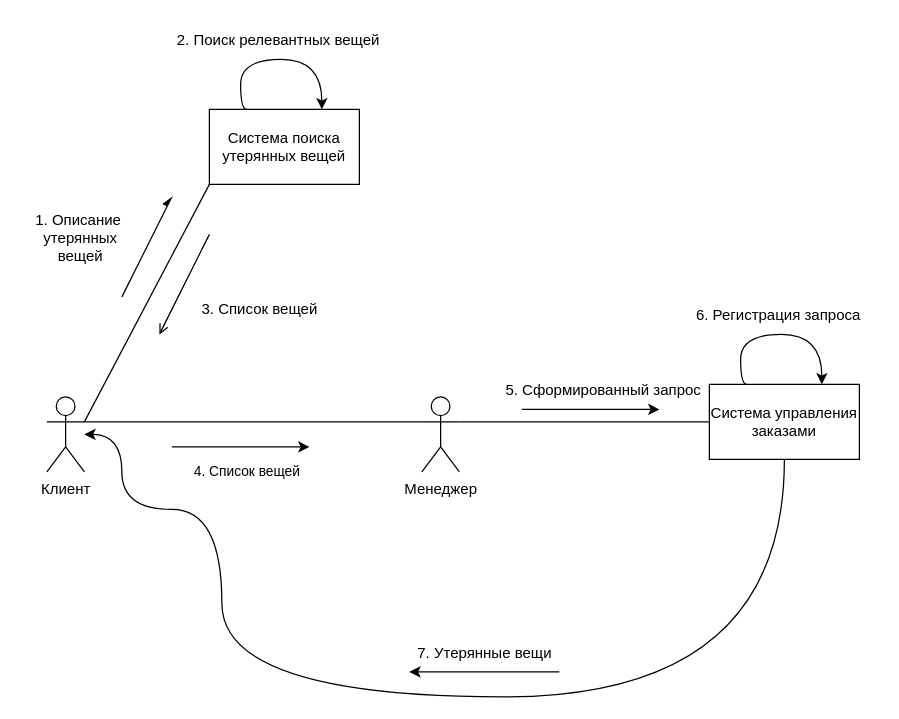
Before: akms/pr4/AKMS4-4.drawio in ryoichi7/sem4, a draw.io diagram. Source tidied: cells renumbered, new cells numbered last; positions are measured from the earlier drawing's top-left corner, leaving out a move shared by most shapes. Both pictures are drawn from the tidied source at 125%, with x=0, y=0 at pixel (21, 21).
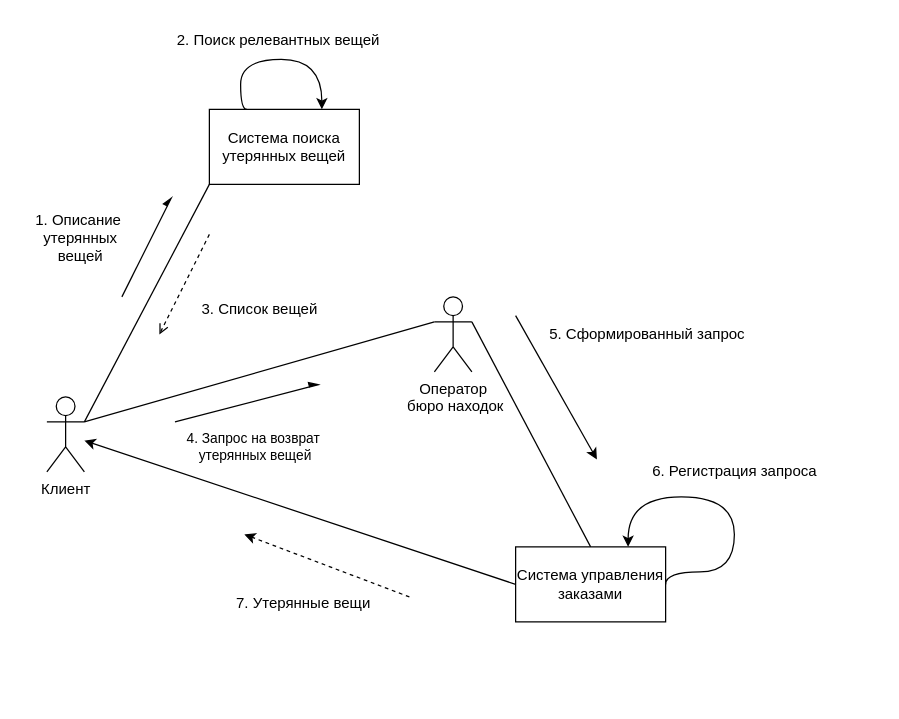
The same page after the edit.

Unchanged cells that the change refers to:
```xml
<mxCell id="2" value="Клиент" style="shape=umlActor;verticalLabelPosition=bottom;verticalAlign=top;html=1;outlineConnect=0;" parent="1" vertex="1">
  <mxGeometry x="20" y="300" width="30" height="60" as="geometry" />
</mxCell>
```

Diff of the diagram source:
```diff
@@
-    <mxCell id="7" style="endArrow=open;html=1;rounded=0;endFill=0;" parent="1" edge="1">
+    <mxCell id="7" style="endArrow=open;html=1;rounded=0;endFill=0;dashed=1;" parent="1" edge="1">
       <mxGeometry relative="1" as="geometry">
         <mxPoint x="150" y="170" as="sourcePoint" />
         <mxPoint x="110" y="250" as="targetPoint" />
       </mxGeometry>
     </mxCell>
@@
-    <mxCell id="9" style="edgeStyle=orthogonalEdgeStyle;rounded=0;jettySize=auto;html=1;exitX=1;exitY=0.3333333333333333;exitDx=0;exitDy=0;exitPerimeter=0;entryX=0;entryY=0.5;entryDx=0;entryDy=0;strokeColor=default;align=center;verticalAlign=middle;fontFamily=Helvetica;fontSize=11;fontColor=default;labelBackgroundColor=default;endArrow=none;endFill=0;" parent="1" edge="1" source="10" target="15">
+    <mxCell id="9" style="rounded=0;jettySize=auto;html=1;exitX=1;exitY=0.3333333333333333;exitDx=0;exitDy=0;exitPerimeter=0;entryX=0.5;entryY=0;entryDx=0;entryDy=0;strokeColor=default;align=center;verticalAlign=middle;fontFamily=Helvetica;fontSize=11;fontColor=default;labelBackgroundColor=default;endArrow=none;endFill=0;" parent="1" edge="1" source="10" target="15">
       <mxGeometry relative="1" as="geometry" />
     </mxCell>
-    <mxCell id="10" value="Менеджер" style="shape=umlActor;verticalLabelPosition=bottom;verticalAlign=top;html=1;outlineConnect=0;" parent="1" vertex="1">
-      <mxGeometry x="320" y="300" width="30" height="60" as="geometry" />
+    <mxCell id="10" value="Оператор&lt;div&gt;&amp;nbsp;бюро находок&lt;/div&gt;" style="shape=umlActor;verticalLabelPosition=bottom;verticalAlign=top;html=1;outlineConnect=0;" parent="1" vertex="1">
+      <mxGeometry x="330" y="220" width="30" height="60" as="geometry" />
     </mxCell>
-    <mxCell id="11" style="edgeStyle=orthogonalEdgeStyle;rounded=0;jettySize=auto;html=1;exitX=1;exitY=0.3333333333333333;exitDx=0;exitDy=0;exitPerimeter=0;entryX=0;entryY=0.3333333333333333;entryDx=0;entryDy=0;entryPerimeter=0;endArrow=none;endFill=0;" parent="1" edge="1" source="2" target="10">
+    <mxCell id="11" style="rounded=0;jettySize=auto;html=1;exitX=1;exitY=0.3333333333333333;exitDx=0;exitDy=0;exitPerimeter=0;entryX=0;entryY=0.3333333333333333;entryDx=0;entryDy=0;entryPerimeter=0;endArrow=none;endFill=0;" parent="1" edge="1" source="2" target="10">
       <mxGeometry relative="1" as="geometry" />
     </mxCell>
-    <mxCell id="12" value="4. Список вещей" style="text;html=1;align=center;verticalAlign=middle;strokeColor=none;fillColor=none;fontFamily=Helvetica;fontSize=11;fontColor=default;labelBackgroundColor=default;" parent="1" vertex="1">
-      <mxGeometry x="125" y="345" width="110" height="30" as="geometry" />
+    <mxCell id="12" value="4. Запрос на возврат&lt;div&gt;&amp;nbsp;утерянных вещей&lt;/div&gt;" style="text;html=1;align=center;verticalAlign=middle;strokeColor=none;fillColor=none;fontFamily=Helvetica;fontSize=11;fontColor=default;labelBackgroundColor=default;" parent="1" vertex="1">
+      <mxGeometry x="120" y="320" width="130" height="40" as="geometry" />
     </mxCell>
-    <mxCell id="13" style="endArrow=classic;html=1;rounded=0;" parent="1" edge="1">
+    <mxCell id="13" style="endArrow=async;html=1;rounded=0;endFill=1;" parent="1" edge="1">
       <mxGeometry relative="1" as="geometry">
-        <mxPoint x="120" y="340" as="sourcePoint" />
-        <mxPoint x="230" y="340" as="targetPoint" />
+        <mxPoint x="122.5" y="320" as="sourcePoint" />
+        <mxPoint x="238" y="290" as="targetPoint" />
       </mxGeometry>
     </mxCell>
-    <mxCell id="14" style="edgeStyle=orthogonalEdgeStyle;rounded=0;jettySize=auto;html=1;curved=1;" parent="1" edge="1" source="15" target="2">
-      <mxGeometry relative="1" as="geometry">
-        <Array as="points">
-          <mxPoint x="610" y="540" />
-          <mxPoint x="160" y="540" />
-          <mxPoint x="160" y="390" />
-          <mxPoint x="80" y="390" />
-          <mxPoint x="80" y="330" />
-        </Array>
-      </mxGeometry>
+    <mxCell id="14" style="rounded=0;jettySize=auto;html=1;exitX=0;exitY=0.5;exitDx=0;exitDy=0;" parent="1" edge="1" source="15" target="2">
+      <mxGeometry relative="1" as="geometry" />
     </mxCell>
     <mxCell id="15" value="Система управления заказами" style="rounded=0;whiteSpace=wrap;html=1;" parent="1" vertex="1">
-      <mxGeometry x="550" y="290" width="120" height="60" as="geometry" />
+      <mxGeometry x="395" y="420" width="120" height="60" as="geometry" />
     </mxCell>
     <mxCell id="16" value="5. Сформированный запрос" style="text;html=1;align=center;verticalAlign=middle;strokeColor=none;fillColor=none;" parent="1" vertex="1">
-      <mxGeometry x="375" y="280" width="180" height="30" as="geometry" />
+      <mxGeometry x="410" y="235" width="180" height="30" as="geometry" />
     </mxCell>
     <mxCell id="17" style="endArrow=classic;html=1;rounded=0;" parent="1" edge="1">
       <mxGeometry relative="1" as="geometry">
-        <mxPoint x="400" y="310" as="sourcePoint" />
-        <mxPoint x="510" y="310" as="targetPoint" />
+        <mxPoint x="395" y="235" as="sourcePoint" />
+        <mxPoint x="460" y="350" as="targetPoint" />
       </mxGeometry>
     </mxCell>
@@
-    <mxCell id="20" style="edgeStyle=orthogonalEdgeStyle;rounded=0;orthogonalLoop=1;jettySize=auto;html=1;exitX=0.25;exitY=0;exitDx=0;exitDy=0;entryX=0.75;entryY=0;entryDx=0;entryDy=0;curved=1;" parent="1" edge="1">
+    <mxCell id="20" style="edgeStyle=orthogonalEdgeStyle;rounded=0;jettySize=auto;html=1;exitX=1;exitY=0.5;exitDx=0;exitDy=0;entryX=0.75;entryY=0;entryDx=0;entryDy=0;curved=1;" parent="1" edge="1" source="15">
       <mxGeometry relative="1" as="geometry">
-        <mxPoint x="580" y="290" as="sourcePoint" />
-        <mxPoint x="640" y="290" as="targetPoint" />
+        <mxPoint x="485" y="420" as="targetPoint" />
         <Array as="points">
-          <mxPoint x="575" y="290" />
-          <mxPoint x="575" y="250" />
-          <mxPoint x="640" y="250" />
+          <mxPoint x="515" y="440" />
+          <mxPoint x="570" y="440" />
+          <mxPoint x="570" y="380" />
+          <mxPoint x="485" y="380" />
         </Array>
       </mxGeometry>
     </mxCell>
     <mxCell id="21" value="6. Регистрация запроса" style="text;html=1;align=center;verticalAlign=middle;strokeColor=none;fillColor=none;" parent="1" vertex="1">
-      <mxGeometry x="525" y="220" width="160" height="30" as="geometry" />
+      <mxGeometry x="490" y="345" width="160" height="30" as="geometry" />
     </mxCell>
     <mxCell id="22" value="7. Утерянные вещи" style="text;html=1;align=center;verticalAlign=middle;strokeColor=none;fillColor=none;" parent="1" vertex="1">
-      <mxGeometry x="305" y="490" width="130" height="30" as="geometry" />
+      <mxGeometry x="160" y="450" width="130" height="30" as="geometry" />
     </mxCell>
-    <mxCell id="23" style="endArrow=classic;html=1;rounded=0;" parent="1" edge="1">
+    <mxCell id="23" style="endArrow=classic;html=1;rounded=0;dashed=1;" parent="1" edge="1">
       <mxGeometry relative="1" as="geometry">
-        <mxPoint x="430" y="520" as="sourcePoint" />
-        <mxPoint x="310" y="520" as="targetPoint" />
-        <Array as="points">
-          <mxPoint x="370" y="520" />
-        </Array>
+        <mxPoint x="310" y="460" as="sourcePoint" />
+        <mxPoint x="178" y="410" as="targetPoint" />
       </mxGeometry>
     </mxCell>
```
